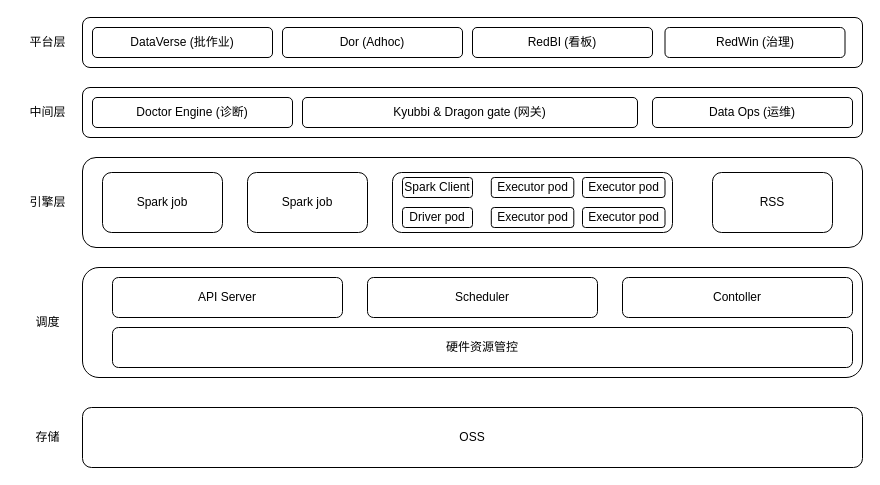
This is Spark on K8S.drawio from labud/pictures, a draw.io file, before an edit. Source tidied: cells renumbered, new cells numbered last; positions are measured from the earlier drawing's top-left corner, leaving out a move shared by most shapes. Both pictures are drawn from the tidied source at 100%, with x=0, y=0 at pixel (17, 17).
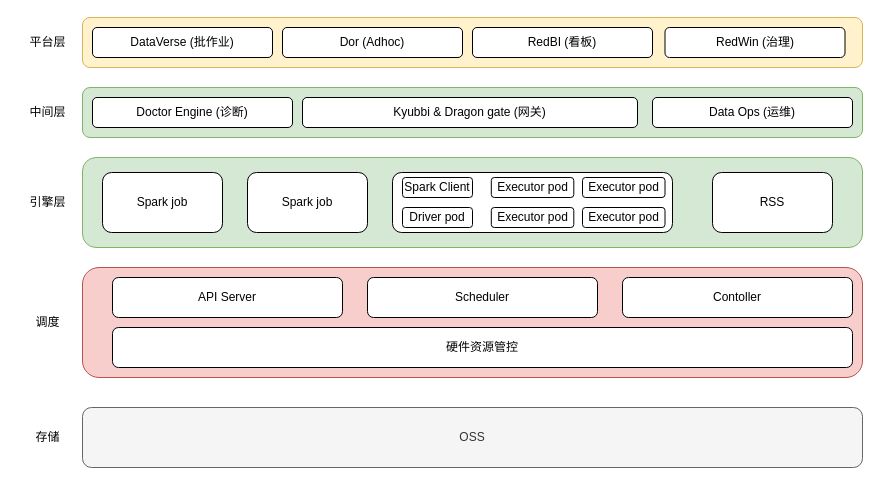
The same page after the edit.

What changed in the source:
```diff
@@
-    <mxCell id="2" value="OSS" style="rounded=1;whiteSpace=wrap;html=1;" parent="1" vertex="1">
+    <mxCell id="2" value="OSS" style="rounded=1;whiteSpace=wrap;html=1;fillColor=#f5f5f5;fontColor=#333333;strokeColor=#666666;" parent="1" vertex="1">
       <mxGeometry x="65" y="390" width="780" height="60" as="geometry" />
     </mxCell>
-    <mxCell id="3" style="rounded=1;whiteSpace=wrap;html=1;" parent="1" vertex="1">
+    <mxCell id="3" style="rounded=1;whiteSpace=wrap;html=1;fillColor=#f8cecc;strokeColor=#b85450;" parent="1" vertex="1">
       <mxGeometry x="65" y="250" width="780" height="110" as="geometry" />
     </mxCell>
@@
-    <mxCell id="11" style="rounded=1;whiteSpace=wrap;html=1;" parent="1" vertex="1">
+    <mxCell id="11" style="rounded=1;whiteSpace=wrap;html=1;fillColor=#d5e8d4;strokeColor=#82b366;" parent="1" vertex="1">
       <mxGeometry x="65" y="140" width="780" height="90" as="geometry" />
     </mxCell>
@@
-    <mxCell id="22" style="rounded=1;whiteSpace=wrap;html=1;" parent="1" vertex="1">
+    <mxCell id="22" style="rounded=1;whiteSpace=wrap;html=1;fillColor=#d5e8d4;strokeColor=#82b366;" parent="1" vertex="1">
       <mxGeometry x="65" y="70" width="780" height="50" as="geometry" />
     </mxCell>
@@
-    <mxCell id="26" style="rounded=1;whiteSpace=wrap;html=1;" parent="1" vertex="1">
+    <mxCell id="26" style="rounded=1;whiteSpace=wrap;html=1;fillColor=#fff2cc;strokeColor=#d6b656;" parent="1" vertex="1">
       <mxGeometry x="65" width="780" height="50" as="geometry" />
     </mxCell>
```
